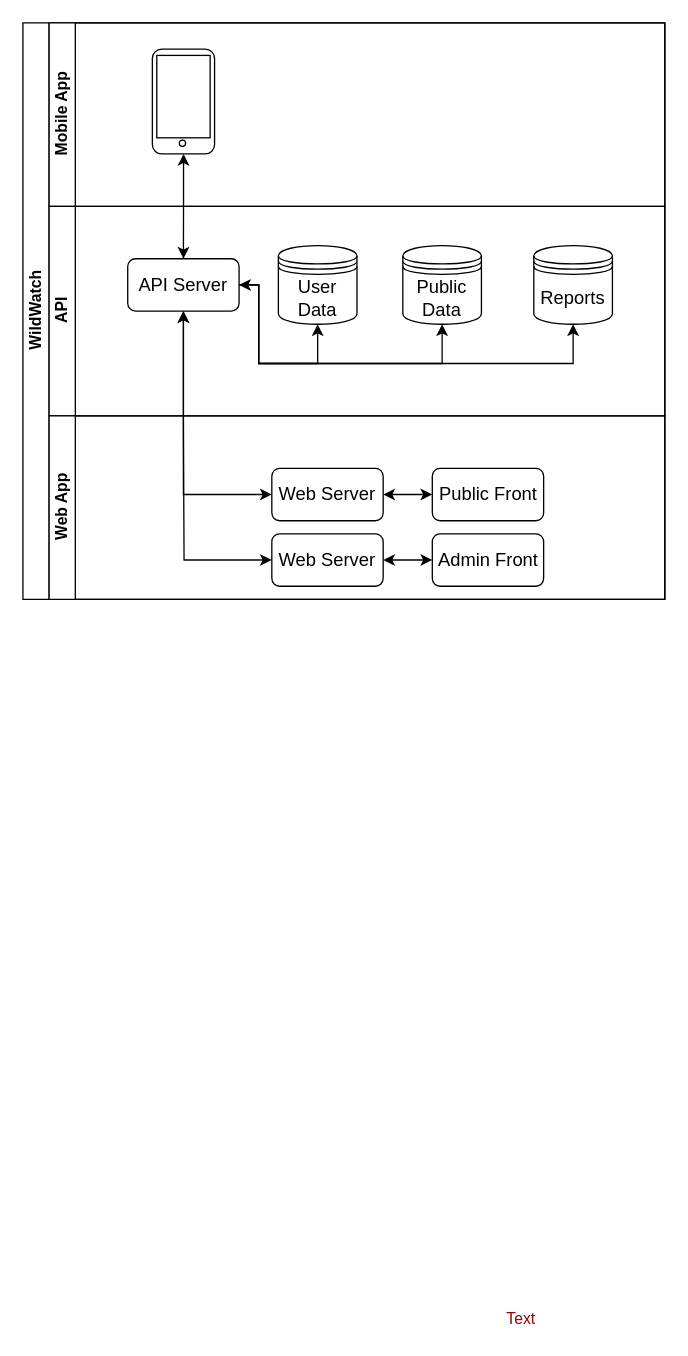
Before: page "Swimlane" (5 of 5) of docs/WildWatchWeb.drawio in AlyShmahell/IonicBirdWatch, a draw.io diagram. Source tidied: cells renumbered, new cells numbered last; positions are measured from the earlier drawing's top-left corner, leaving out a move shared by most shapes. Both pictures are drawn from the tidied source at 131%, with x=0, y=0 at pixel (22, 22).
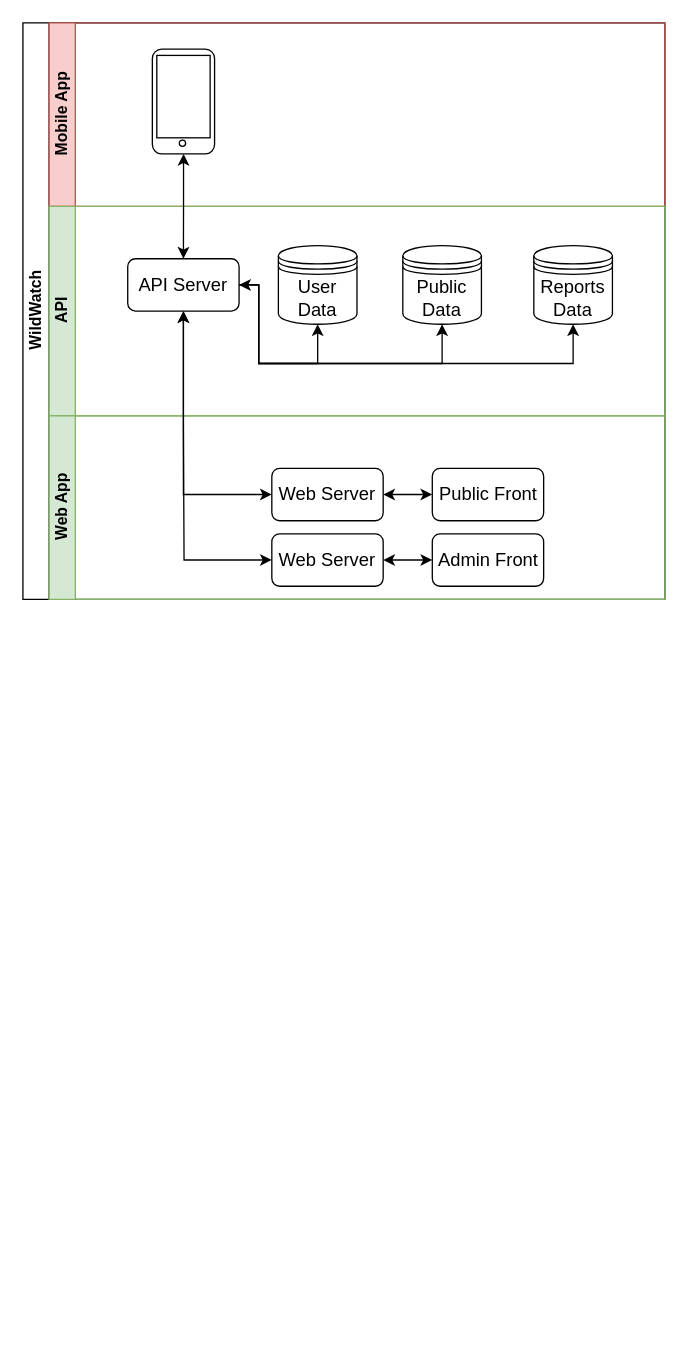
The same page after the edit.

The change refers to these unchanged cells:
```xml
<mxCell id="2" value="WildWatch" style="swimlane;html=1;horizontal=0;startSize=20;" parent="1" vertex="1">
  <mxGeometry width="490" height="440" as="geometry" />
</mxCell>
```

What changed in the source:
```diff
@@
-    <mxCell id="3" value="Mobile App" style="swimlane;html=1;startSize=20;horizontal=0;" parent="2" vertex="1">
+    <mxCell id="3" value="Mobile App" style="swimlane;html=1;startSize=20;horizontal=0;fillColor=#f8cecc;strokeColor=#b85450;" parent="2" vertex="1">
       <mxGeometry x="20" width="470" height="140" as="geometry" />
     </mxCell>
@@
-    <mxCell id="9" value="API" style="swimlane;html=1;startSize=20;horizontal=0;" parent="2" vertex="1">
+    <mxCell id="9" value="API" style="swimlane;html=1;startSize=20;horizontal=0;fillColor=#d5e8d4;strokeColor=#82b366;" parent="2" vertex="1">
       <mxGeometry x="20" y="140" width="470" height="160" as="geometry" />
     </mxCell>
@@
-    <mxCell id="16" value="Reports" style="shape=datastore;whiteSpace=wrap;html=1;rounded=0;shadow=0;glass=0;comic=0;labelBackgroundColor=none;strokeColor=#000000;strokeWidth=1;fillColor=none;fontSize=14;fontColor=none;" parent="9" vertex="1">
+    <mxCell id="16" value="Reports&lt;br&gt;Data" style="shape=datastore;whiteSpace=wrap;html=1;rounded=0;shadow=0;glass=0;comic=0;labelBackgroundColor=none;strokeColor=#000000;strokeWidth=1;fillColor=none;fontSize=14;fontColor=none;" parent="9" vertex="1">
       <mxGeometry x="370" y="30" width="60" height="60" as="geometry" />
     </mxCell>
-    <mxCell id="17" value="Web App" style="swimlane;html=1;startSize=20;horizontal=0;" parent="2" vertex="1">
+    <mxCell id="17" value="Web App" style="swimlane;html=1;startSize=20;horizontal=0;fillColor=#d5e8d4;strokeColor=#82b366;" parent="2" vertex="1">
       <mxGeometry x="20" y="300" width="470" height="140" as="geometry" />
     </mxCell>
@@
-    <mxCell id="27" value="Text" style="text;html=1;align=center;verticalAlign=middle;fontColor=#990000;" parent="1" vertex="1">
-      <mxGeometry x="360" y="980" width="40" height="20" as="geometry" />
-    </mxCell>
```
